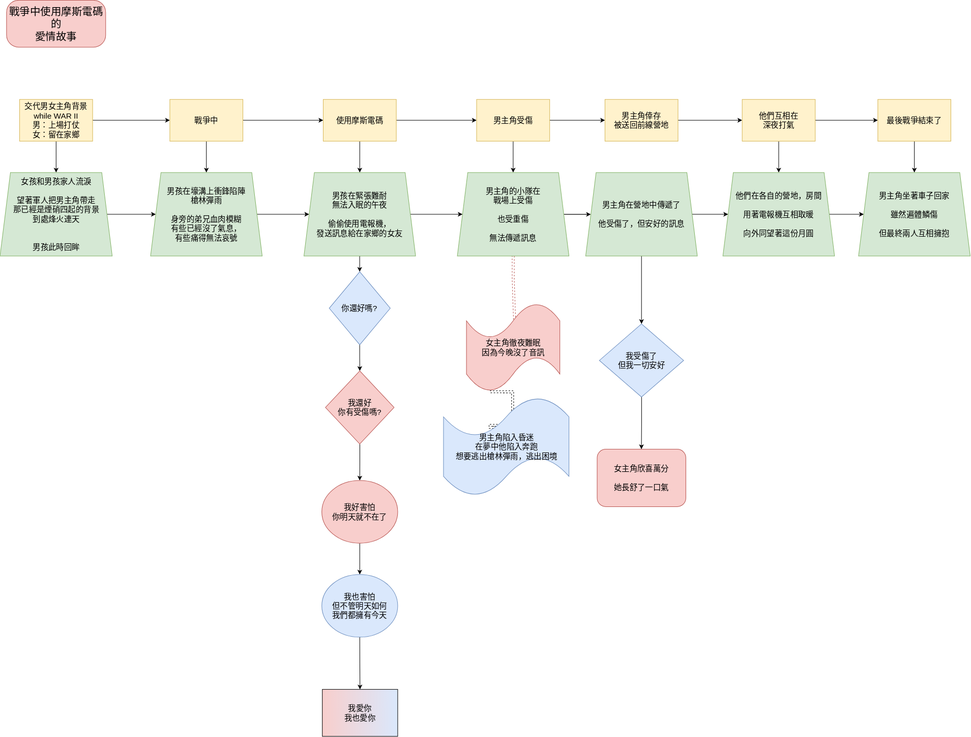
Earlier version of the draw.io export docs/class/wen/Story/embed.svg (bridgerhung/wiki_NYUST). Source tidied: cells renumbered, new cells last; positions are measured from the earlier drawing's top-left corner, leaving out a move shared by most shapes.
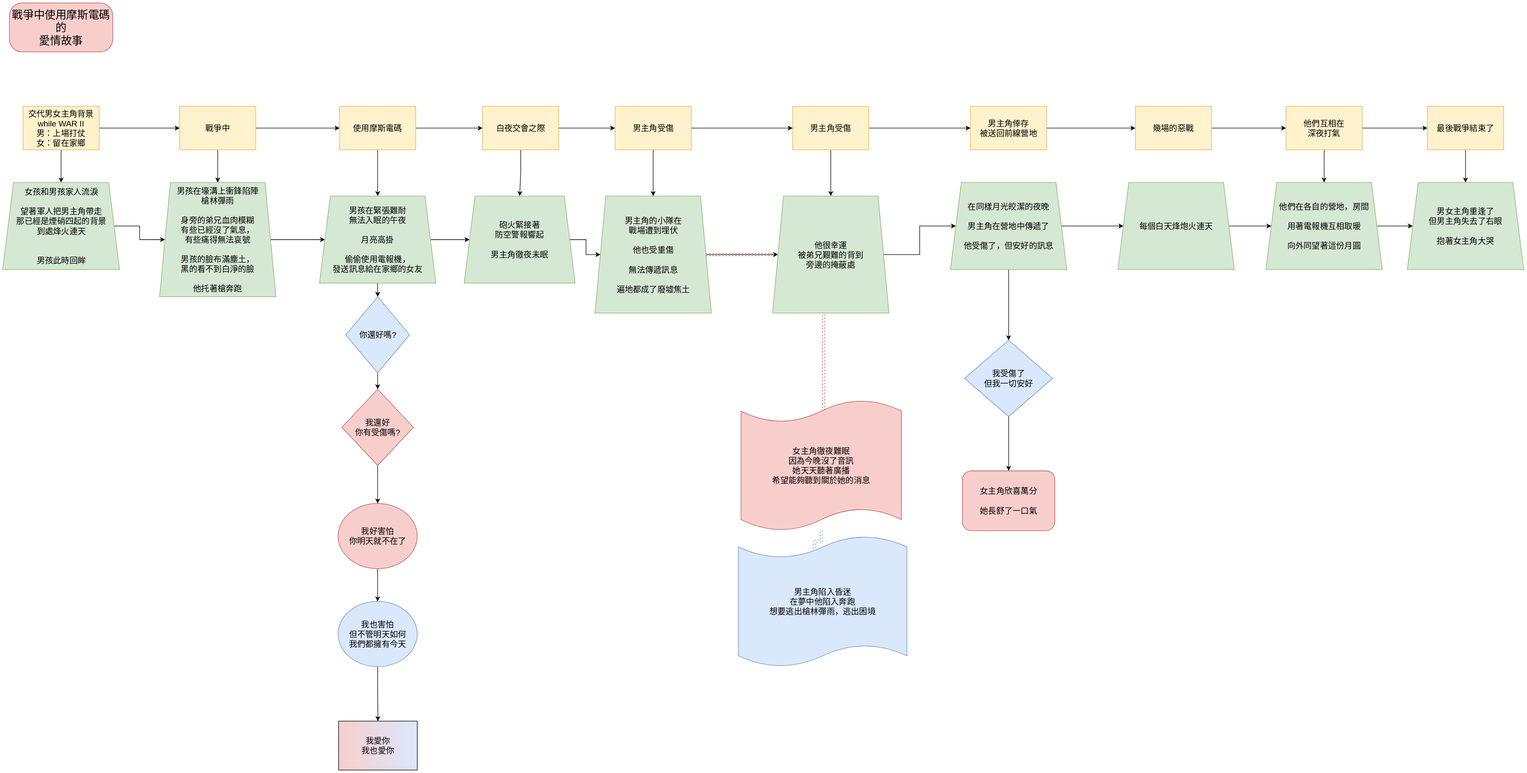
Later version of the same file.

Change to the diagram source:
```diff
@@ -32,32 +32,32 @@
     <mxCell id="11" style="edgeStyle=orthogonalEdgeStyle;rounded=0;jettySize=auto;html=1;" parent="1" edge="1" source="12" target="18">
       <mxGeometry relative="1" as="geometry" />
     </mxCell>
-    <mxCell id="12" value="男孩在壕溝上衝鋒陷陣&lt;br style=&quot;border-color: var(--border-color);&quot;&gt;槍林彈雨&lt;br&gt;&lt;br&gt;身旁的弟兄血肉模糊&lt;br&gt;有些已經沒了氣息，&lt;br&gt;有些痛得無法哀號" style="shape=trapezoid;perimeter=trapezoidPerimeter;whiteSpace=wrap;html=1;fixedSize=1;fontSize=15;fillColor=#d5e8d4;strokeColor=#82b366;rounded=0;" parent="1" vertex="1">
-      <mxGeometry x="288" y="330" width="214" height="160" as="geometry" />
+    <mxCell id="12" value="男孩在壕溝上衝鋒陷陣&lt;br style=&quot;border-color: var(--border-color);&quot;&gt;槍林彈雨&lt;br&gt;&lt;br&gt;身旁的弟兄血肉模糊&lt;br&gt;有些已經沒了氣息，&lt;br&gt;有些痛得無法哀號&lt;br&gt;&lt;br&gt;男孩的臉布滿塵土，&lt;br&gt;黑的看不到白淨的臉&lt;br&gt;&lt;br&gt;他托著槍奔跑" style="shape=trapezoid;perimeter=trapezoidPerimeter;whiteSpace=wrap;html=1;fixedSize=1;fontSize=15;fillColor=#d5e8d4;strokeColor=#82b366;rounded=0;" parent="1" vertex="1">
+      <mxGeometry x="288" y="330" width="214" height="210" as="geometry" />
     </mxCell>
-    <mxCell id="13" style="edgeStyle=orthogonalEdgeStyle;rounded=0;jettySize=auto;html=1;" parent="1" edge="1" source="15" target="30">
-      <mxGeometry relative="1" as="geometry" />
-    </mxCell>
     <mxCell id="14" style="edgeStyle=orthogonalEdgeStyle;rounded=0;jettySize=auto;html=1;entryX=0.5;entryY=0;entryDx=0;entryDy=0;" parent="1" edge="1" source="15" target="18">
       <mxGeometry relative="1" as="geometry" />
     </mxCell>
+    <mxCell id="53" style="edgeStyle=orthogonalEdgeStyle;rounded=0;jettySize=auto;html=1;" parent="1" edge="1" source="15" target="61">
+      <mxGeometry relative="1" as="geometry" />
+    </mxCell>
     <mxCell id="15" value="使用摩斯電碼" style="rounded=0;whiteSpace=wrap;html=1;fillColor=#fff2cc;strokeColor=#d6b656;fontSize=15;" parent="1" vertex="1">
       <mxGeometry x="619" y="190" width="140" height="80" as="geometry" />
     </mxCell>
     <mxCell id="16" style="edgeStyle=orthogonalEdgeStyle;rounded=0;jettySize=auto;html=1;" parent="1" edge="1" source="18" target="20">
       <mxGeometry relative="1" as="geometry" />
     </mxCell>
-    <mxCell id="17" style="edgeStyle=orthogonalEdgeStyle;rounded=0;jettySize=auto;html=1;" parent="1" edge="1" source="18" target="33">
-      <mxGeometry relative="1" as="geometry" />
-    </mxCell>
+    <mxCell id="54" style="edgeStyle=orthogonalEdgeStyle;rounded=0;jettySize=auto;html=1;" parent="1" edge="1" source="18" target="63">
+      <mxGeometry relative="1" as="geometry" />
+    </mxCell>
-    <mxCell id="18" value="男孩在緊張難耐&lt;br&gt;無法入眠的午夜&lt;br&gt;&lt;br&gt;偷偷使用電報機，&lt;br&gt;發送訊息給在家鄉的女友" style="shape=trapezoid;perimeter=trapezoidPerimeter;whiteSpace=wrap;html=1;fixedSize=1;fontSize=15;fillColor=#d5e8d4;strokeColor=#82b366;rounded=0;" parent="1" vertex="1">
-      <mxGeometry x="582" y="330" width="214" height="160" as="geometry" />
+    <mxCell id="18" value="男孩在緊張難耐&lt;br&gt;無法入眠的午夜&lt;br&gt;&lt;br&gt;月亮高掛&lt;br&gt;&lt;br&gt;偷偷使用電報機，&lt;br&gt;發送訊息給在家鄉的女友" style="shape=trapezoid;perimeter=trapezoidPerimeter;whiteSpace=wrap;html=1;fixedSize=1;fontSize=15;fillColor=#d5e8d4;strokeColor=#82b366;rounded=0;" parent="1" vertex="1">
+      <mxGeometry x="582" y="355" width="214" height="160" as="geometry" />
     </mxCell>
     <mxCell id="19" style="edgeStyle=orthogonalEdgeStyle;rounded=0;jettySize=auto;html=1;" parent="1" edge="1" source="20" target="22">
       <mxGeometry relative="1" as="geometry" />
     </mxCell>
     <mxCell id="20" value="你還好嗎?" style="rhombus;whiteSpace=wrap;html=1;fontSize=15;fillColor=#dae8fc;strokeColor=#6c8ebf;rounded=0;" parent="1" vertex="1">
-      <mxGeometry x="630.5" y="520" width="117" height="140" as="geometry" />
+      <mxGeometry x="630.5" y="540" width="117" height="140" as="geometry" />
     </mxCell>
     <mxCell id="21" style="edgeStyle=orthogonalEdgeStyle;rounded=0;jettySize=auto;html=1;entryX=0.5;entryY=0;entryDx=0;entryDy=0;" parent="1" edge="1" source="22" target="24">
       <mxGeometry relative="1" as="geometry" />
@@ -83,59 +83,53 @@
     <mxCell id="28" style="edgeStyle=orthogonalEdgeStyle;rounded=0;jettySize=auto;html=1;entryX=0.5;entryY=0;entryDx=0;entryDy=0;" parent="1" edge="1" source="30" target="33">
       <mxGeometry relative="1" as="geometry" />
     </mxCell>
-    <mxCell id="29" style="edgeStyle=orthogonalEdgeStyle;rounded=0;jettySize=auto;html=1;" parent="1" edge="1" source="30" target="38">
-      <mxGeometry relative="1" as="geometry" />
-    </mxCell>
+    <mxCell id="55" style="edgeStyle=orthogonalEdgeStyle;rounded=0;jettySize=auto;html=1;" parent="1" edge="1" source="30" target="66">
+      <mxGeometry relative="1" as="geometry" />
+    </mxCell>
     <mxCell id="30" value="男主角受傷" style="rounded=0;whiteSpace=wrap;html=1;fillColor=#fff2cc;strokeColor=#d6b656;fontSize=15;" parent="1" vertex="1">
-      <mxGeometry x="913" y="190" width="140" height="80" as="geometry" />
+      <mxGeometry x="1125.5" y="190" width="140" height="80" as="geometry" />
     </mxCell>
     <mxCell id="31" style="edgeStyle=orthogonalEdgeStyle;jettySize=auto;html=1;rounded=0;shape=link;dashed=1;entryX=0.515;entryY=0.186;entryDx=0;entryDy=0;entryPerimeter=0;fillColor=#f8cecc;strokeColor=#b85450;" parent="1" edge="1" source="33" target="35">
       <mxGeometry relative="1" as="geometry" />
     </mxCell>
-    <mxCell id="32" style="edgeStyle=orthogonalEdgeStyle;rounded=0;jettySize=auto;html=1;" parent="1" edge="1" source="33" target="41">
-      <mxGeometry relative="1" as="geometry" />
-    </mxCell>
+    <mxCell id="56" style="edgeStyle=orthogonalEdgeStyle;rounded=0;jettySize=auto;html=1;" parent="1" edge="1" source="33" target="68">
+      <mxGeometry relative="1" as="geometry" />
+    </mxCell>
-    <mxCell id="33" value="男主角的小隊在&lt;br&gt;戰場上受傷&lt;br&gt;&lt;br&gt;也受重傷&lt;br&gt;&lt;br&gt;無法傳遞訊息" style="shape=trapezoid;perimeter=trapezoidPerimeter;whiteSpace=wrap;html=1;fixedSize=1;fontSize=15;fillColor=#d5e8d4;strokeColor=#82b366;rounded=0;" parent="1" vertex="1">
-      <mxGeometry x="876" y="330" width="214" height="160" as="geometry" />
+    <mxCell id="33" value="男主角的小隊在&lt;br&gt;戰場遭到埋伏&lt;br&gt;&lt;br&gt;他也受重傷&lt;br&gt;&lt;br&gt;無法傳遞訊息&lt;br&gt;&lt;br&gt;遍地都成了廢墟焦土" style="shape=trapezoid;perimeter=trapezoidPerimeter;whiteSpace=wrap;html=1;fixedSize=1;fontSize=15;fillColor=#d5e8d4;strokeColor=#82b366;rounded=0;" parent="1" vertex="1">
+      <mxGeometry x="1088.5" y="355" width="214" height="215" as="geometry" />
     </mxCell>
-    <mxCell id="34" style="edgeStyle=orthogonalEdgeStyle;rounded=0;jettySize=auto;html=1;exitX=0.25;exitY=1;exitDx=0;exitDy=0;exitPerimeter=0;entryX=0.443;entryY=0.286;entryDx=0;entryDy=0;entryPerimeter=0;shape=link;dashed=1;" parent="1" edge="1" source="35" target="36">
-      <mxGeometry relative="1" as="geometry">
-        <Array as="points">
-          <mxPoint x="982" y="750" />
-          <mxPoint x="982" y="818" />
-          <mxPoint x="939" y="818" />
-        </Array>
-      </mxGeometry>
+    <mxCell id="34" style="edgeStyle=orthogonalEdgeStyle;rounded=0;jettySize=auto;html=1;entryX=0.452;entryY=0.249;entryDx=0;entryDy=0;entryPerimeter=0;shape=link;dashed=1;fillColor=#dae8fc;strokeColor=#6c8ebf;" parent="1" edge="1" source="35" target="36">
+      <mxGeometry relative="1" as="geometry" />
     </mxCell>
-    <mxCell id="35" value="女主角徹夜難眠&lt;br&gt;因為今晚沒了音訊" style="shape=tape;whiteSpace=wrap;html=1;fillColor=#f8cecc;strokeColor=#b85450;fontSize=15;" parent="1" vertex="1">
-      <mxGeometry x="893.5" y="580" width="179" height="170" as="geometry" />
+    <mxCell id="35" value="女主角徹夜難眠&lt;br&gt;因為今晚沒了音訊&lt;br&gt;她天天聽著廣播&lt;br&gt;希望能夠聽到關於她的消息" style="shape=tape;whiteSpace=wrap;html=1;fillColor=#f8cecc;strokeColor=#b85450;fontSize=15;size=0.1694915254237288;" parent="1" vertex="1">
+      <mxGeometry x="1357" y="730" width="295" height="240" as="geometry" />
     </mxCell>
-    <mxCell id="36" value="男主角陷入昏迷&lt;br&gt;在夢中他陷入奔跑&lt;br&gt;想要逃出槍林彈雨，逃出困境" style="shape=tape;whiteSpace=wrap;html=1;fillColor=#dae8fc;strokeColor=#6c8ebf;fontSize=15;" parent="1" vertex="1">
-      <mxGeometry x="849.5" y="760" width="240.5" height="190" as="geometry" />
+    <mxCell id="36" value="男主角陷入昏迷&lt;br&gt;在夢中他陷入奔跑&lt;br&gt;想要逃出槍林彈雨，逃出困境" style="shape=tape;whiteSpace=wrap;html=1;fillColor=#dae8fc;strokeColor=#6c8ebf;fontSize=15;size=0.16666666666666857;" parent="1" vertex="1">
+      <mxGeometry x="1352" y="980" width="310" height="240" as="geometry" />
     </mxCell>
-    <mxCell id="37" style="edgeStyle=orthogonalEdgeStyle;rounded=0;jettySize=auto;html=1;" parent="1" edge="1" source="38" target="47">
-      <mxGeometry relative="1" as="geometry" />
-    </mxCell>
+    <mxCell id="57" style="edgeStyle=orthogonalEdgeStyle;rounded=0;jettySize=auto;html=1;" parent="1" edge="1" source="38" target="70">
+      <mxGeometry relative="1" as="geometry" />
+    </mxCell>
     <mxCell id="38" value="男主角倖存&lt;br&gt;被送回前線營地" style="rounded=0;whiteSpace=wrap;html=1;fillColor=#fff2cc;strokeColor=#d6b656;fontSize=15;" parent="1" vertex="1">
-      <mxGeometry x="1159" y="190" width="140" height="80" as="geometry" />
+      <mxGeometry x="1779" y="190" width="140" height="80" as="geometry" />
     </mxCell>
     <mxCell id="39" style="edgeStyle=orthogonalEdgeStyle;rounded=0;jettySize=auto;html=1;entryX=0.5;entryY=0;entryDx=0;entryDy=0;" parent="1" edge="1" source="41" target="44">
       <mxGeometry relative="1" as="geometry" />
     </mxCell>
-    <mxCell id="40" style="edgeStyle=orthogonalEdgeStyle;rounded=0;jettySize=auto;html=1;" parent="1" edge="1" source="41" target="49">
-      <mxGeometry relative="1" as="geometry" />
-    </mxCell>
+    <mxCell id="58" style="edgeStyle=orthogonalEdgeStyle;rounded=0;jettySize=auto;html=1;" parent="1" edge="1" source="41" target="72">
+      <mxGeometry relative="1" as="geometry" />
+    </mxCell>
-    <mxCell id="41" value="男主角在營地中傳遞了&lt;br&gt;&lt;br&gt;他受傷了，但安好的訊息" style="shape=trapezoid;perimeter=trapezoidPerimeter;whiteSpace=wrap;html=1;fixedSize=1;fontSize=15;fillColor=#d5e8d4;strokeColor=#82b366;rounded=0;" parent="1" vertex="1">
-      <mxGeometry x="1122" y="330" width="214" height="160" as="geometry" />
+    <mxCell id="41" value="在同樣月光皎潔的夜晚&lt;br&gt;&lt;br&gt;男主角在營地中傳遞了&lt;br&gt;&lt;br&gt;他受傷了，但安好的訊息" style="shape=trapezoid;perimeter=trapezoidPerimeter;whiteSpace=wrap;html=1;fixedSize=1;fontSize=15;fillColor=#d5e8d4;strokeColor=#82b366;rounded=0;" parent="1" vertex="1">
+      <mxGeometry x="1742" y="330" width="214" height="160" as="geometry" />
     </mxCell>
     <mxCell id="42" value="女主角欣喜萬分&lt;br&gt;&lt;br&gt;她長舒了一口氣" style="rounded=1;whiteSpace=wrap;html=1;fillColor=#f8cecc;strokeColor=#b85450;fontSize=15;" parent="1" vertex="1">
-      <mxGeometry x="1144" y="860" width="170" height="110" as="geometry" />
+      <mxGeometry x="1764" y="860" width="170" height="110" as="geometry" />
     </mxCell>
     <mxCell id="43" style="edgeStyle=orthogonalEdgeStyle;rounded=0;jettySize=auto;html=1;" parent="1" edge="1" source="44" target="42">
       <mxGeometry relative="1" as="geometry" />
     </mxCell>
     <mxCell id="44" value="我受傷了&lt;br&gt;但我一切安好" style="rhombus;whiteSpace=wrap;html=1;fontSize=15;fillColor=#dae8fc;strokeColor=#6c8ebf;rounded=0;" parent="1" vertex="1">
-      <mxGeometry x="1148.2" y="620" width="161.5" height="140" as="geometry" />
+      <mxGeometry x="1768.2" y="620" width="161.5" height="140" as="geometry" />
     </mxCell>
     <mxCell id="45" style="edgeStyle=orthogonalEdgeStyle;rounded=0;jettySize=auto;html=1;entryX=0.5;entryY=0;entryDx=0;entryDy=0;" parent="1" edge="1" source="47" target="49">
       <mxGeometry relative="1" as="geometry" />
@@ -144,22 +138,64 @@
       <mxGeometry relative="1" as="geometry" />
     </mxCell>
     <mxCell id="47" value="他們互相在&lt;br&gt;深夜打氣" style="rounded=0;whiteSpace=wrap;html=1;fillColor=#fff2cc;strokeColor=#d6b656;fontSize=15;" parent="1" vertex="1">
-      <mxGeometry x="1422" y="190" width="140" height="80" as="geometry" />
+      <mxGeometry x="2359" y="190" width="140" height="80" as="geometry" />
     </mxCell>
     <mxCell id="48" style="edgeStyle=orthogonalEdgeStyle;rounded=0;jettySize=auto;html=1;" parent="1" edge="1" source="49" target="52">
       <mxGeometry relative="1" as="geometry" />
     </mxCell>
     <mxCell id="49" value="他們在各自的營地，房間&lt;br&gt;&lt;br&gt;用著電報機互相取暖&lt;br&gt;&lt;br&gt;向外同望著這份月圓" style="shape=trapezoid;perimeter=trapezoidPerimeter;whiteSpace=wrap;html=1;fixedSize=1;fontSize=15;fillColor=#d5e8d4;strokeColor=#82b366;rounded=0;" parent="1" vertex="1">
-      <mxGeometry x="1385" y="330" width="214" height="160" as="geometry" />
+      <mxGeometry x="2322" y="330" width="214" height="160" as="geometry" />
     </mxCell>
     <mxCell id="50" style="edgeStyle=orthogonalEdgeStyle;rounded=0;jettySize=auto;html=1;exitX=0.5;exitY=1;exitDx=0;exitDy=0;entryX=0.5;entryY=0;entryDx=0;entryDy=0;" parent="1" edge="1" source="51" target="52">
       <mxGeometry relative="1" as="geometry" />
     </mxCell>
     <mxCell id="51" value="最後戰爭結束了" style="rounded=0;whiteSpace=wrap;html=1;fillColor=#fff2cc;strokeColor=#d6b656;fontSize=15;" parent="1" vertex="1">
-      <mxGeometry x="1682" y="190" width="140" height="80" as="geometry" />
+      <mxGeometry x="2619" y="190" width="140" height="80" as="geometry" />
     </mxCell>
-    <mxCell id="52" value="男主角坐著車子回家&lt;br&gt;&lt;br&gt;雖然遍體鱗傷&lt;br&gt;&lt;br&gt;但最終兩人互相擁抱" style="shape=trapezoid;perimeter=trapezoidPerimeter;whiteSpace=wrap;html=1;fixedSize=1;fontSize=15;fillColor=#d5e8d4;strokeColor=#82b366;rounded=0;" parent="1" vertex="1">
-      <mxGeometry x="1645" y="330" width="214" height="160" as="geometry" />
+    <mxCell id="52" value="男女主角重逢了&lt;br&gt;但男主角失去了右眼&lt;br&gt;&lt;br&gt;抱著女主角大哭" style="shape=trapezoid;perimeter=trapezoidPerimeter;whiteSpace=wrap;html=1;fixedSize=1;fontSize=15;fillColor=#d5e8d4;strokeColor=#82b366;rounded=0;" parent="1" vertex="1">
+      <mxGeometry x="2582" y="330" width="214" height="160" as="geometry" />
     </mxCell>
+    <mxCell id="59" style="edgeStyle=orthogonalEdgeStyle;rounded=0;jettySize=auto;html=1;entryX=0;entryY=0.5;entryDx=0;entryDy=0;" parent="1" edge="1" source="61" target="30">
+      <mxGeometry relative="1" as="geometry" />
+    </mxCell>
+    <mxCell id="60" style="edgeStyle=orthogonalEdgeStyle;rounded=0;jettySize=auto;html=1;entryX=0.5;entryY=0;entryDx=0;entryDy=0;" parent="1" edge="1" source="61" target="63">
+      <mxGeometry relative="1" as="geometry" />
+    </mxCell>
+    <mxCell id="61" value="白夜交會之際" style="rounded=0;whiteSpace=wrap;html=1;fillColor=#fff2cc;strokeColor=#d6b656;fontSize=15;" parent="1" vertex="1">
+      <mxGeometry x="882" y="190" width="140" height="80" as="geometry" />
+    </mxCell>
+    <mxCell id="62" style="edgeStyle=orthogonalEdgeStyle;rounded=0;jettySize=auto;html=1;entryX=0;entryY=0.5;entryDx=0;entryDy=0;" parent="1" edge="1" source="63" target="33">
+      <mxGeometry relative="1" as="geometry" />
+    </mxCell>
+    <mxCell id="63" value="砲火緊接著&lt;br&gt;防空警報響起&lt;br&gt;&lt;br&gt;男主角徹夜未眠" style="shape=trapezoid;perimeter=trapezoidPerimeter;whiteSpace=wrap;html=1;fixedSize=1;fontSize=15;fillColor=#d5e8d4;strokeColor=#82b366;rounded=0;" parent="1" vertex="1">
+      <mxGeometry x="848" y="355" width="204" height="160" as="geometry" />
+    </mxCell>
+    <mxCell id="64" style="edgeStyle=orthogonalEdgeStyle;rounded=0;jettySize=auto;html=1;entryX=0.5;entryY=0;entryDx=0;entryDy=0;" parent="1" edge="1" source="66" target="68">
+      <mxGeometry relative="1" as="geometry" />
+    </mxCell>
+    <mxCell id="65" style="edgeStyle=orthogonalEdgeStyle;rounded=0;jettySize=auto;html=1;entryX=0;entryY=0.5;entryDx=0;entryDy=0;" parent="1" edge="1" source="66" target="38">
+      <mxGeometry relative="1" as="geometry" />
+    </mxCell>
+    <mxCell id="66" value="男主角受傷" style="rounded=0;whiteSpace=wrap;html=1;fillColor=#fff2cc;strokeColor=#d6b656;fontSize=15;" parent="1" vertex="1">
+      <mxGeometry x="1452" y="190" width="140" height="80" as="geometry" />
+    </mxCell>
+    <mxCell id="67" style="edgeStyle=orthogonalEdgeStyle;rounded=0;jettySize=auto;html=1;exitX=1;exitY=0.5;exitDx=0;exitDy=0;" parent="1" edge="1" source="68" target="41">
+      <mxGeometry relative="1" as="geometry" />
+    </mxCell>
+    <mxCell id="68" value="他很幸運&lt;br&gt;被弟兄艱難的背到&lt;br&gt;旁邊的掩蔽處" style="shape=trapezoid;perimeter=trapezoidPerimeter;whiteSpace=wrap;html=1;fixedSize=1;fontSize=15;fillColor=#d5e8d4;strokeColor=#82b366;rounded=0;" parent="1" vertex="1">
+      <mxGeometry x="1415" y="355" width="214" height="215" as="geometry" />
+    </mxCell>
+    <mxCell id="69" style="edgeStyle=orthogonalEdgeStyle;rounded=0;jettySize=auto;html=1;" parent="1" edge="1" source="70" target="47">
+      <mxGeometry relative="1" as="geometry" />
+    </mxCell>
+    <mxCell id="70" value="幾場的惡戰" style="rounded=0;whiteSpace=wrap;html=1;fillColor=#fff2cc;strokeColor=#d6b656;fontSize=15;" parent="1" vertex="1">
+      <mxGeometry x="2082" y="190" width="140" height="80" as="geometry" />
+    </mxCell>
+    <mxCell id="71" style="edgeStyle=orthogonalEdgeStyle;rounded=0;jettySize=auto;html=1;" parent="1" edge="1" source="72" target="49">
+      <mxGeometry relative="1" as="geometry" />
+    </mxCell>
+    <mxCell id="72" value="每個白天烽炮火連天" style="shape=trapezoid;perimeter=trapezoidPerimeter;whiteSpace=wrap;html=1;fixedSize=1;fontSize=15;fillColor=#d5e8d4;strokeColor=#82b366;rounded=0;" parent="1" vertex="1">
+      <mxGeometry x="2050" y="330" width="214" height="160" as="geometry" />
+    </mxCell>
   </root>
 </mxGraphModel>
```
